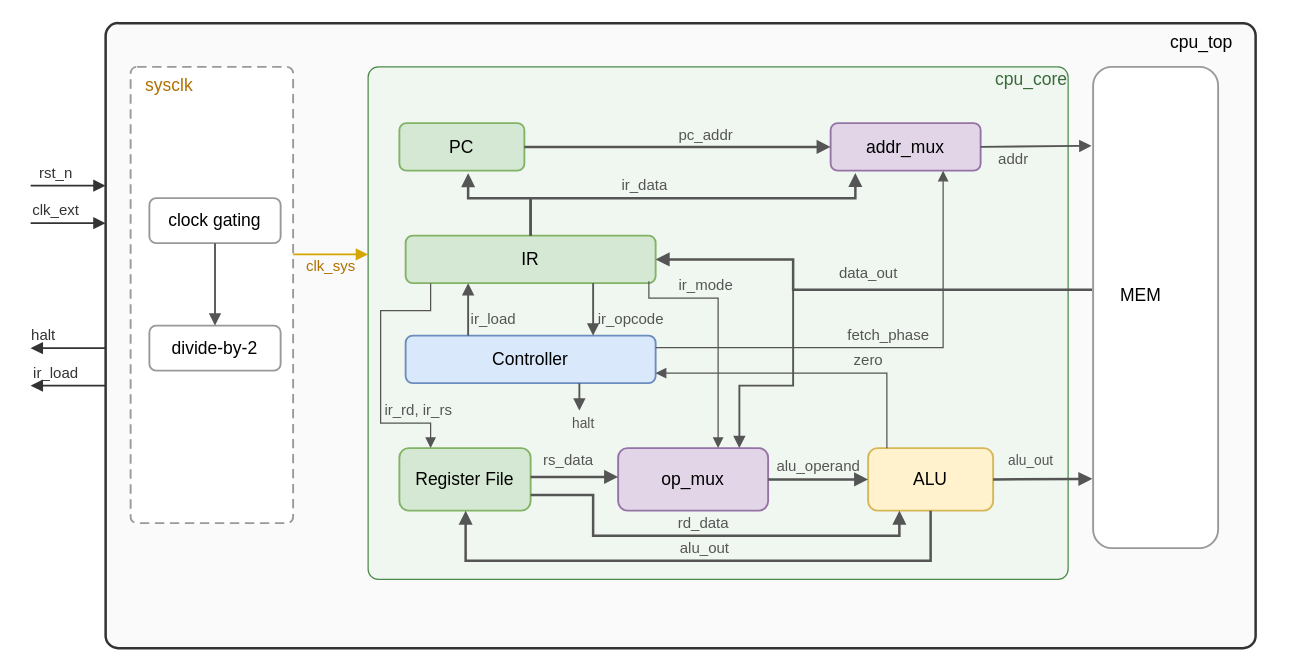
The draw.io diagram doc_microcpu/images/microcpu_block.drawio in jongsup-baek/class_microcpu, before the edit. Source tidied: cells renumbered, new cells numbered last; positions are measured from the earlier drawing's top-left corner, leaving out a move shared by most shapes. Both pictures are drawn from the tidied source at 125%, with x=0, y=0 at pixel (30, 22).
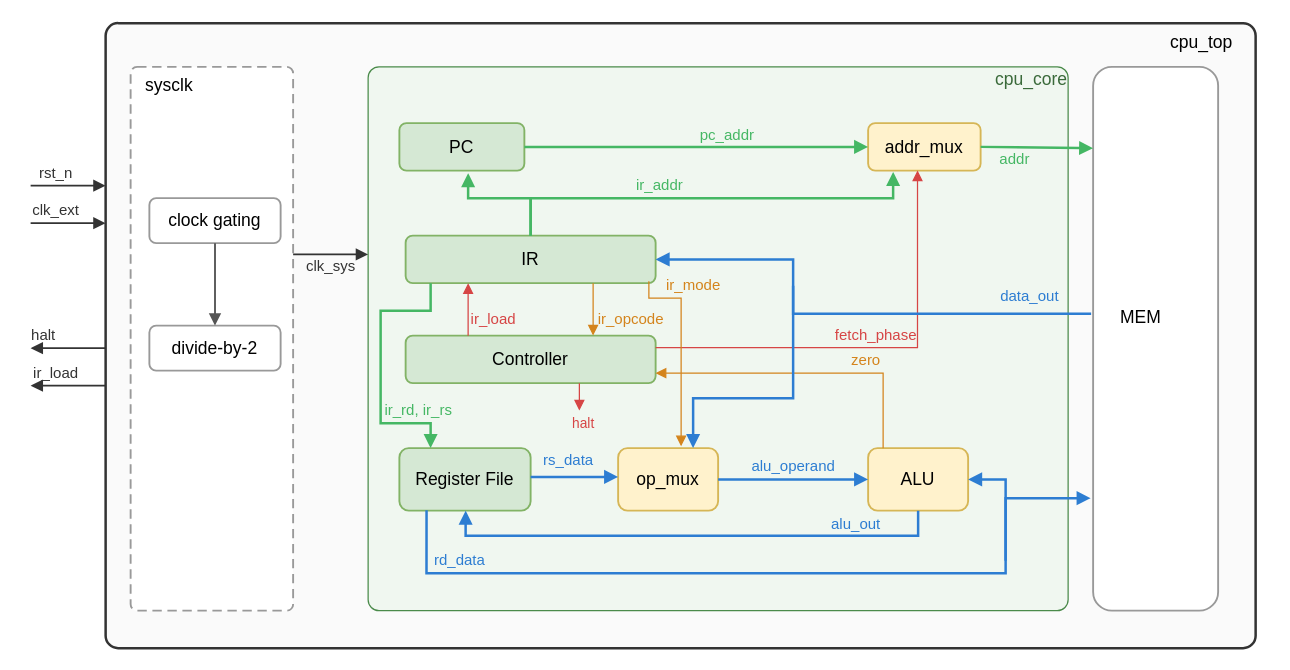
The same page after the edit.

Unchanged cells that the change refers to:
```xml
<mxCell id="11" value="PC" style="rounded=1;whiteSpace=wrap;html=1;fillColor=#d5e8d4;strokeColor=#82b366;strokeWidth=1.5;fontSize=14;fontStyle=0;" parent="1" vertex="1">
  <mxGeometry x="295" y="80" width="100" height="38" as="geometry" />
</mxCell>
<mxCell id="13" value="IR" style="rounded=1;whiteSpace=wrap;html=1;fillColor=#d5e8d4;strokeColor=#82b366;strokeWidth=1.5;fontSize=14;fontStyle=0;" parent="1" vertex="1">
  <mxGeometry x="300" y="170" width="200" height="38" as="geometry" />
</mxCell>
<mxCell id="15" value="Register File" style="rounded=1;whiteSpace=wrap;html=1;fillColor=#d5e8d4;strokeColor=#82b366;strokeWidth=1.5;fontSize=14;fontStyle=0;" parent="1" vertex="1">
  <mxGeometry x="295" y="340" width="105" height="50" as="geometry" />
</mxCell>
```

The edit, as a diff of the source:
```diff
@@
     <mxCell id="7" style="rounded=1;whiteSpace=wrap;html=1;fillColor=#ffffff;strokeColor=#999999;strokeWidth=1.5;dashed=1;dashPattern=5 3;verticalAlign=top;fontSize=14;fontColor=#666666;arcSize=4;fontStyle=0;" parent="1" vertex="1">
-      <mxGeometry x="80" y="35" width="130" height="365" as="geometry" />
+      <mxGeometry x="80" y="35" width="130" height="435" as="geometry" />
     </mxCell>
@@
     <mxCell id="10" style="rounded=1;whiteSpace=wrap;html=1;fillColor=#f0f7f0;strokeColor=#4a8a4a;strokeWidth=1;verticalAlign=top;fontSize=14;fontColor=#3a6a3a;arcSize=2;fontStyle=0;" parent="1" vertex="1">
-      <mxGeometry x="270" y="35" width="560" height="410" as="geometry" />
+      <mxGeometry x="270" y="35" width="560" height="435" as="geometry" />
     </mxCell>
@@
-    <mxCell id="12" value="addr_mux" style="rounded=1;whiteSpace=wrap;html=1;fillColor=#e1d5e7;strokeColor=#9673a6;strokeWidth=1.5;fontSize=14;fontStyle=0;" parent="1" vertex="1">
-      <mxGeometry x="640" y="80" width="120" height="38" as="geometry" />
+    <mxCell id="12" value="addr_mux" style="rounded=1;whiteSpace=wrap;html=1;fillColor=#fff2cc;strokeColor=#d6b656;strokeWidth=1.5;fontSize=14;fontStyle=0;" parent="1" vertex="1">
+      <mxGeometry x="670" y="80" width="90" height="38" as="geometry" />
     </mxCell>
@@
-    <mxCell id="14" value="Controller" style="rounded=1;whiteSpace=wrap;html=1;fillColor=#dae8fc;strokeColor=#6c8ebf;strokeWidth=1.5;fontSize=14;fontStyle=0;" parent="1" vertex="1">
+    <mxCell id="14" value="Controller" style="rounded=1;whiteSpace=wrap;html=1;fillColor=#d5e8d4;strokeColor=#82b366;strokeWidth=1.5;fontSize=14;fontStyle=0;" parent="1" vertex="1">
       <mxGeometry x="300" y="250" width="200" height="38" as="geometry" />
     </mxCell>
@@
-    <mxCell id="16" value="op_mux" style="rounded=1;whiteSpace=wrap;html=1;fillColor=#e1d5e7;strokeColor=#9673a6;strokeWidth=1.5;fontSize=14;fontStyle=0;" parent="1" vertex="1">
-      <mxGeometry x="470" y="340" width="120" height="50" as="geometry" />
+    <mxCell id="16" value="op_mux" style="rounded=1;whiteSpace=wrap;html=1;fillColor=#fff2cc;strokeColor=#d6b656;strokeWidth=1.5;fontSize=14;fontStyle=0;" parent="1" vertex="1">
+      <mxGeometry x="470" y="340" width="80" height="50" as="geometry" />
     </mxCell>
     <mxCell id="17" value="ALU" style="rounded=1;whiteSpace=wrap;html=1;fillColor=#fff2cc;strokeColor=#d6b656;strokeWidth=1.5;fontSize=14;fontStyle=0;" parent="1" vertex="1">
-      <mxGeometry x="670" y="340" width="100" height="50" as="geometry" />
+      <mxGeometry x="670" y="340" width="80" height="50" as="geometry" />
     </mxCell>
     <mxCell id="18" style="rounded=1;whiteSpace=wrap;html=1;fillColor=#ffffff;strokeColor=#999999;strokeWidth=1.5;fontSize=14;verticalAlign=top;fontStyle=0;" parent="1" vertex="1">
-      <mxGeometry x="850" y="35" width="100" height="385" as="geometry" />
+      <mxGeometry x="850" y="35" width="100" height="435" as="geometry" />
     </mxCell>
@@
-    <mxCell id="20" value="clk_sys" style="rounded=0;orthogonalLoop=1;jettySize=auto;html=1;strokeColor=#d6a600;strokeWidth=1.5;endArrow=block;endFill=1;fontSize=12;fontColor=#b07000;fontStyle=0;labelBackgroundColor=none;" parent="1" edge="1">
+    <mxCell id="20" value="clk_sys" style="rounded=0;orthogonalLoop=1;jettySize=auto;html=1;strokeColor=#333333;strokeWidth=1.5;endArrow=block;endFill=1;fontSize=12;fontColor=#333333;fontStyle=0;labelBackgroundColor=none;" parent="1" edge="1">
       <mxGeometry y="-10" relative="1" as="geometry">
         <mxPoint x="210" y="185" as="sourcePoint" />
         <mxPoint x="270" y="185" as="targetPoint" />
       </mxGeometry>
     </mxCell>
-    <mxCell id="21" value="fetch_phase" style="rounded=0;jettySize=auto;html=1;strokeColor=#555555;strokeWidth=1;endArrow=block;endFill=1;entryX=0.75;entryY=1;entryDx=0;entryDy=0;fontSize=12;fontColor=#555555;fontStyle=0;edgeStyle=orthogonalEdgeStyle;labelBackgroundColor=none;exitX=1;exitY=0.25;exitDx=0;exitDy=0;" parent="1" edge="1" source="14" target="12">
+    <mxCell id="21" value="fetch_phase" style="rounded=0;jettySize=auto;html=1;strokeColor=#D64545;strokeWidth=1;endArrow=block;endFill=1;entryX=0.439;entryY=0.996;entryDx=0;entryDy=0;fontSize=12;fontColor=#D64545;fontStyle=0;edgeStyle=orthogonalEdgeStyle;labelBackgroundColor=none;exitX=1;exitY=0.25;exitDx=0;exitDy=0;entryPerimeter=0;" parent="1" edge="1" source="14" target="12">
       <mxGeometry y="10" relative="1" as="geometry">
         <Array as="points">
-          <mxPoint x="730" y="260" />
+          <mxPoint x="710" y="260" />
+          <mxPoint x="710" y="118" />
         </Array>
       </mxGeometry>
     </mxCell>
-    <mxCell id="22" value="pc_addr" style="rounded=0;jettySize=auto;html=1;strokeColor=#555555;strokeWidth=2;endArrow=block;endFill=1;exitX=1;exitY=0.5;exitDx=0;exitDy=0;entryX=0;entryY=0.5;entryDx=0;entryDy=0;fontStyle=0;fontSize=12;fontColor=#555555;labelBackgroundColor=none;" parent="1" edge="1" source="11" target="12">
+    <mxCell id="22" value="pc_addr" style="rounded=0;jettySize=auto;html=1;strokeColor=#45B764;strokeWidth=2;endArrow=block;endFill=1;exitX=1;exitY=0.5;exitDx=0;exitDy=0;entryX=0;entryY=0.5;entryDx=0;entryDy=0;fontStyle=0;fontSize=12;fontColor=#45B764;labelBackgroundColor=none;" parent="1" edge="1" source="11" target="12">
       <mxGeometry x="0.18" y="9" relative="1" as="geometry" />
     </mxCell>
-    <mxCell id="23" value="addr" style="rounded=0;jettySize=auto;html=1;strokeColor=#555555;strokeWidth=1.5;endArrow=block;endFill=1;exitX=1;exitY=0.5;exitDx=0;exitDy=0;entryX=-0.013;entryY=0.164;entryDx=0;entryDy=0;fontSize=12;fontColor=#555555;fontStyle=0;entryPerimeter=0;labelBackgroundColor=none;" parent="1" edge="1" source="12" target="18">
-      <mxGeometry x="-0.41" y="-10" relative="1" as="geometry" />
+    <mxCell id="23" value="addr" style="rounded=0;jettySize=auto;html=1;strokeColor=#45B764;strokeWidth=2;endArrow=block;endFill=1;exitX=1;exitY=0.5;exitDx=0;exitDy=0;fontSize=12;fontColor=#45B764;fontStyle=0;labelBackgroundColor=none;" parent="1" edge="1" source="12">
+      <mxGeometry x="-0.41" y="-10" relative="1" as="geometry">
+        <mxPoint x="850" y="100" as="targetPoint" />
+      </mxGeometry>
     </mxCell>
-    <mxCell id="24" value="data_out" style="rounded=0;jettySize=auto;html=1;strokeColor=#555555;strokeWidth=2;endArrow=block;endFill=1;exitX=-0.009;exitY=0.463;exitDx=0;exitDy=0;entryX=1;entryY=0.5;entryDx=0;entryDy=0;fontSize=12;fontColor=#555555;fontStyle=0;edgeStyle=orthogonalEdgeStyle;labelBackgroundColor=none;exitPerimeter=0;" parent="1" edge="1" source="18" target="13">
-      <mxGeometry x="-0.04" y="-13" relative="1" as="geometry">
+    <mxCell id="24" value="data_out" style="rounded=0;jettySize=auto;html=1;strokeColor=#2D7DD2;strokeWidth=2;endArrow=block;endFill=1;exitX=-0.016;exitY=0.454;exitDx=0;exitDy=0;entryX=1;entryY=0.5;entryDx=0;entryDy=0;fontSize=12;fontColor=#2D7DD2;fontStyle=0;edgeStyle=orthogonalEdgeStyle;labelBackgroundColor=none;exitPerimeter=0;" parent="1" edge="1" source="18" target="13">
+      <mxGeometry x="-0.75" y="-13" relative="1" as="geometry">
         <Array as="points">
-          <mxPoint x="610" y="213" />
+          <mxPoint x="610" y="233" />
           <mxPoint x="610" y="189" />
         </Array>
       </mxGeometry>
     </mxCell>
-    <mxCell id="25" value="ir_data" style="rounded=0;jettySize=auto;html=1;strokeColor=#555555;strokeWidth=2;endArrow=block;endFill=1;exitX=0.5;exitY=0;exitDx=0;exitDy=0;fontSize=12;fontColor=#555555;fontStyle=0;edgeStyle=orthogonalEdgeStyle;labelBackgroundColor=none;entryX=0.696;entryY=0.207;entryDx=0;entryDy=0;entryPerimeter=0;" parent="1" edge="1" source="13" target="10">
+    <mxCell id="25" value="ir_addr" style="rounded=0;jettySize=auto;html=1;strokeColor=#45B764;strokeWidth=2;endArrow=block;endFill=1;exitX=0.5;exitY=0;exitDx=0;exitDy=0;fontSize=12;fontColor=#45B764;fontStyle=0;edgeStyle=orthogonalEdgeStyle;labelBackgroundColor=none;" parent="1" edge="1" source="13">
       <mxGeometry x="-0.22" y="10" relative="1" as="geometry">
+        <mxPoint x="690" y="119" as="targetPoint" />
         <Array as="points">
           <mxPoint x="400" y="140" />
-          <mxPoint x="660" y="140" />
+          <mxPoint x="690" y="140" />
+          <mxPoint x="690" y="119" />
         </Array>
       </mxGeometry>
     </mxCell>
-    <mxCell id="26" style="rounded=0;jettySize=auto;html=1;strokeColor=#555555;strokeWidth=2;endArrow=block;endFill=1;exitX=0.5;exitY=0;exitDx=0;exitDy=0;fontSize=11;fontColor=#555555;fontStyle=0;edgeStyle=orthogonalEdgeStyle;" parent="1" edge="1" source="13">
+    <mxCell id="26" style="rounded=0;jettySize=auto;html=1;strokeColor=#45B764;strokeWidth=2;endArrow=block;endFill=1;exitX=0.5;exitY=0;exitDx=0;exitDy=0;fontSize=11;fontColor=#45B764;fontStyle=0;edgeStyle=orthogonalEdgeStyle;" parent="1" edge="1" source="13">
       <mxGeometry relative="1" as="geometry">
         <mxPoint x="350" y="120" as="targetPoint" />
         <Array as="points">
           <mxPoint x="400" y="140" />
           <mxPoint x="350" y="140" />
         </Array>
       </mxGeometry>
     </mxCell>
-    <mxCell id="27" value="ir_opcode" style="rounded=0;orthogonalLoop=1;jettySize=auto;html=1;strokeColor=#555555;strokeWidth=1.5;endArrow=block;endFill=1;fontSize=12;fontColor=#555555;fontStyle=0;labelBackgroundColor=none;" parent="1" edge="1">
+    <mxCell id="27" value="ir_opcode" style="rounded=0;orthogonalLoop=1;jettySize=auto;html=1;strokeColor=#D4841C;strokeWidth=1;endArrow=block;endFill=1;fontSize=12;fontColor=#D4841C;fontStyle=0;labelBackgroundColor=none;" parent="1" edge="1">
       <mxGeometry x="0.38" y="30" relative="1" as="geometry">
         <mxPoint x="450" y="208" as="sourcePoint" />
         <mxPoint x="450" y="250" as="targetPoint" />
       </mxGeometry>
     </mxCell>
-    <mxCell id="28" value="ir_load" style="rounded=0;orthogonalLoop=1;jettySize=auto;html=1;strokeColor=#555555;strokeWidth=1.5;endArrow=block;endFill=1;fontSize=12;fontColor=#555555;fontStyle=0;labelBackgroundColor=none;" parent="1" edge="1">
+    <mxCell id="28" value="ir_load" style="rounded=0;orthogonalLoop=1;jettySize=auto;html=1;strokeColor=#D64545;strokeWidth=1;endArrow=block;endFill=1;fontSize=12;fontColor=#D64545;fontStyle=0;labelBackgroundColor=none;" parent="1" edge="1">
       <mxGeometry x="-0.38" y="-20" relative="1" as="geometry">
         <mxPoint x="350" y="250" as="sourcePoint" />
         <mxPoint x="350" y="208" as="targetPoint" />
       </mxGeometry>
     </mxCell>
-    <mxCell id="29" value="rd_data" style="rounded=0;jettySize=auto;html=1;strokeColor=#555555;strokeWidth=2;endArrow=block;endFill=1;exitX=1;exitY=0.75;exitDx=0;exitDy=0;fontSize=12;fontColor=#555555;fontStyle=0;labelBackgroundColor=none;edgeStyle=orthogonalEdgeStyle;entryX=0.25;entryY=1;entryDx=0;entryDy=0;" parent="1" edge="1" source="15" target="17">
-      <mxGeometry x="-0.02" y="10" relative="1" as="geometry">
+    <mxCell id="29" value="rd_data" style="rounded=0;jettySize=auto;html=1;strokeColor=#2D7DD2;strokeWidth=2;endArrow=block;endFill=1;fontSize=12;fontColor=#2D7DD2;fontStyle=0;labelBackgroundColor=none;edgeStyle=orthogonalEdgeStyle;entryX=1;entryY=0.5;entryDx=0;entryDy=0;exitX=0.207;exitY=0.994;exitDx=0;exitDy=0;exitPerimeter=0;" parent="1" edge="1" source="15" target="17">
+      <mxGeometry x="-0.75" y="10" relative="1" as="geometry">
         <Array as="points">
-          <mxPoint x="450" y="378" />
-          <mxPoint x="450" y="410" />
-          <mxPoint x="695" y="410" />
+          <mxPoint x="317" y="440" />
+          <mxPoint x="780" y="440" />
+          <mxPoint x="780" y="365" />
         </Array>
       </mxGeometry>
     </mxCell>
-    <mxCell id="30" value="rs_data" style="rounded=0;orthogonalLoop=1;jettySize=auto;html=1;strokeColor=#555555;strokeWidth=2;endArrow=block;endFill=1;exitX=1;exitY=0.5;exitDx=0;exitDy=0;entryX=0;entryY=0.7;entryDx=0;entryDy=0;fontSize=12;fontColor=#555555;fontStyle=0;labelBackgroundColor=none;entryPerimeter=0;" parent="1" edge="1">
+    <mxCell id="30" value="rs_data" style="rounded=0;orthogonalLoop=1;jettySize=auto;html=1;strokeColor=#2D7DD2;strokeWidth=2;endArrow=block;endFill=1;exitX=1;exitY=0.5;exitDx=0;exitDy=0;entryX=0;entryY=0.7;entryDx=0;entryDy=0;fontSize=12;fontColor=#2D7DD2;fontStyle=0;labelBackgroundColor=none;entryPerimeter=0;" parent="1" edge="1">
       <mxGeometry x="-0.14" y="13" relative="1" as="geometry">
         <mxPoint x="400" y="363" as="sourcePoint" />
         <mxPoint x="470" y="363" as="targetPoint" />
       </mxGeometry>
     </mxCell>
-    <mxCell id="31" value="alu_operand" style="rounded=0;jettySize=auto;html=1;strokeColor=#555555;strokeWidth=2;endArrow=block;endFill=1;exitX=1;exitY=0.5;exitDx=0;exitDy=0;entryX=0;entryY=0.5;entryDx=0;entryDy=0;fontSize=12;fontColor=#555555;fontStyle=0;labelBackgroundColor=none;" parent="1" edge="1" source="16" target="17">
+    <mxCell id="31" value="alu_operand" style="rounded=0;jettySize=auto;html=1;strokeColor=#2D7DD2;strokeWidth=2;endArrow=block;endFill=1;exitX=1;exitY=0.5;exitDx=0;exitDy=0;entryX=0;entryY=0.5;entryDx=0;entryDy=0;fontSize=12;fontColor=#2D7DD2;fontStyle=0;labelBackgroundColor=none;" parent="1" edge="1" source="16" target="17">
       <mxGeometry y="10" relative="1" as="geometry" />
     </mxCell>
-    <mxCell id="32" value="alu_out" style="rounded=0;jettySize=auto;html=1;strokeColor=#555555;strokeWidth=2;endArrow=block;endFill=1;exitX=0.5;exitY=1;exitDx=0;exitDy=0;fontSize=12;fontColor=#555555;fontStyle=0;edgeStyle=orthogonalEdgeStyle;labelBackgroundColor=none;" parent="1" edge="1" source="17">
+    <mxCell id="32" style="rounded=0;orthogonalLoop=1;jettySize=auto;html=1;strokeColor=#2D7DD2;strokeWidth=2;endArrow=block;endFill=1;fontSize=12;fontColor=#2D7DD2;fontStyle=0;edgeStyle=orthogonalEdgeStyle;labelBackgroundColor=none;" parent="1" edge="1">
       <mxGeometry x="-0.02" y="-10" relative="1" as="geometry">
+        <mxPoint x="710" y="390" as="sourcePoint" />
         <mxPoint x="348" y="390" as="targetPoint" />
         <Array as="points">
-          <mxPoint x="720" y="430" />
-          <mxPoint x="348" y="430" />
+          <mxPoint x="710" y="390" />
+          <mxPoint x="710" y="410" />
+          <mxPoint x="348" y="410" />
         </Array>
       </mxGeometry>
     </mxCell>
-    <mxCell id="33" value="alu_out" style="rounded=0;jettySize=auto;html=1;strokeColor=#555555;strokeWidth=2;endArrow=block;endFill=1;exitX=1;exitY=0.5;exitDx=0;exitDy=0;entryX=-0.006;entryY=0.856;entryDx=0;entryDy=0;entryPerimeter=0;fontSize=11;fontColor=#555555;fontStyle=0;labelBackgroundColor=none;" parent="1" edge="1" source="17" target="18">
-      <mxGeometry x="-0.24" y="15" relative="1" as="geometry" />
+    <mxCell id="33" value="&lt;span style=&quot;color: rgb(45, 125, 210); font-size: 12px;&quot;&gt;alu_out&lt;/span&gt;" style="edgeLabel;html=1;align=center;verticalAlign=middle;labelBackgroundColor=none;" parent="32" vertex="1">
+      <mxGeometry x="-0.05" y="-3" relative="1" as="geometry">
+        <mxPoint x="120" y="-7" as="offset" />
+      </mxGeometry>
     </mxCell>
-    <mxCell id="34" value="zero" style="rounded=0;jettySize=auto;html=1;strokeColor=#555555;strokeWidth=1;endArrow=block;endFill=1;exitX=0.15;exitY=0;exitDx=0;exitDy=0;fontSize=12;fontColor=#555555;fontStyle=0;edgeStyle=orthogonalEdgeStyle;labelBackgroundColor=none;" parent="1" edge="1" source="17">
+    <mxCell id="34" value="zero" style="rounded=0;jettySize=auto;html=1;strokeColor=#D4841C;strokeWidth=1;endArrow=block;endFill=1;exitX=0.15;exitY=0;exitDx=0;exitDy=0;fontSize=12;fontColor=#D4841C;fontStyle=0;edgeStyle=orthogonalEdgeStyle;labelBackgroundColor=none;" parent="1" edge="1" source="17">
       <mxGeometry x="-0.39" y="-10" relative="1" as="geometry">
         <mxPoint x="500" y="280" as="targetPoint" />
         <Array as="points">
-          <mxPoint x="685" y="280" />
-          <mxPoint x="500" y="280" />
+          <mxPoint x="682" y="280" />
         </Array>
       </mxGeometry>
     </mxCell>
-    <mxCell id="35" value="halt" style="rounded=0;orthogonalLoop=1;jettySize=auto;html=1;strokeColor=#555555;strokeWidth=1.5;endArrow=block;endFill=1;fontSize=11;fontColor=#555555;fontStyle=0;labelBackgroundColor=none;" parent="1" edge="1">
+    <mxCell id="35" value="halt" style="rounded=0;orthogonalLoop=1;jettySize=auto;html=1;strokeColor=#D64545;strokeWidth=1;endArrow=block;endFill=1;fontSize=11;fontColor=#D64545;fontStyle=0;labelBackgroundColor=none;" parent="1" edge="1">
       <mxGeometry x="1" y="10" relative="1" as="geometry">
         <mxPoint x="439" y="288" as="sourcePoint" />
         <mxPoint x="439" y="310" as="targetPoint" />
         <mxPoint x="-7" y="10" as="offset" />
       </mxGeometry>
     </mxCell>
-    <mxCell id="36" value="ir_rd, ir_rs" style="rounded=0;orthogonalLoop=1;jettySize=auto;html=1;strokeColor=#555555;strokeWidth=1;endArrow=block;endFill=1;fontSize=12;fontColor=#555555;fontStyle=0;edgeStyle=orthogonalEdgeStyle;labelBackgroundColor=none;" parent="1" edge="1">
+    <mxCell id="36" value="ir_rd, ir_rs" style="rounded=0;orthogonalLoop=1;jettySize=auto;html=1;strokeColor=#45B764;strokeWidth=2;endArrow=block;endFill=1;fontSize=12;fontColor=#45B764;fontStyle=0;edgeStyle=orthogonalEdgeStyle;labelBackgroundColor=none;" parent="1" edge="1">
       <mxGeometry x="0.72" y="10" relative="1" as="geometry">
         <mxPoint x="320" y="208" as="sourcePoint" />
         <mxPoint x="320" y="340" as="targetPoint" />
         <Array as="points">
           <mxPoint x="320" y="230" />
           <mxPoint x="280" y="230" />
           <mxPoint x="280" y="320" />
           <mxPoint x="320" y="320" />
         </Array>
       </mxGeometry>
     </mxCell>
-    <mxCell id="37" value="ir_mode" style="rounded=0;jettySize=auto;html=1;strokeColor=#555555;strokeWidth=1;endArrow=block;endFill=1;fontSize=12;fontColor=#555555;fontStyle=0;edgeStyle=orthogonalEdgeStyle;labelBackgroundColor=none;exitX=0.973;exitY=0.961;exitDx=0;exitDy=0;exitPerimeter=0;" parent="1" edge="1" source="13">
-      <mxGeometry x="-0.38" y="10" relative="1" as="geometry">
-        <mxPoint x="550" y="340" as="targetPoint" />
+    <mxCell id="37" value="ir_mode" style="rounded=0;jettySize=auto;html=1;strokeColor=#D4841C;strokeWidth=1;endArrow=block;endFill=1;fontSize=12;fontColor=#D4841C;fontStyle=0;edgeStyle=orthogonalEdgeStyle;labelBackgroundColor=none;exitX=0.973;exitY=0.961;exitDx=0;exitDy=0;exitPerimeter=0;entryX=0.63;entryY=-0.029;entryDx=0;entryDy=0;entryPerimeter=0;" parent="1" edge="1" source="13" target="16">
+      <mxGeometry x="-0.51" y="14" relative="1" as="geometry">
         <Array as="points">
           <mxPoint x="495" y="220" />
-          <mxPoint x="550" y="220" />
+          <mxPoint x="520" y="220" />
+          <mxPoint x="520" y="339" />
         </Array>
+        <mxPoint x="-4" y="-10" as="offset" />
       </mxGeometry>
     </mxCell>
@@
     <mxCell id="40" value="MEM" style="text;whiteSpace=wrap;html=1;fontSize=14;fontColor=#000000;" parent="1" vertex="1">
-      <mxGeometry x="870" y="202.5" width="70" height="50" as="geometry" />
+      <mxGeometry x="870" y="220" width="70" height="50" as="geometry" />
     </mxCell>
-    <mxCell id="41" value="sysclk" style="text;whiteSpace=wrap;html=1;fontSize=14;fontColor=#b07000;" parent="1" vertex="1">
+    <mxCell id="41" value="sysclk" style="text;whiteSpace=wrap;html=1;fontSize=14;fontColor=#000000;" parent="1" vertex="1">
       <mxGeometry x="90" y="35" width="140" height="40" as="geometry" />
     </mxCell>
-    <mxCell id="42" style="rounded=0;orthogonalLoop=1;jettySize=auto;html=1;strokeColor=#555555;strokeWidth=1.5;endArrow=block;endFill=1;fontSize=11;fontColor=#555555;fontStyle=0;edgeStyle=orthogonalEdgeStyle;labelBackgroundColor=none;" parent="1" edge="1">
+    <mxCell id="42" style="rounded=0;jettySize=auto;html=1;strokeColor=#2D7DD2;strokeWidth=2;endArrow=block;endFill=1;fontSize=11;fontColor=#2D7DD2;fontStyle=0;edgeStyle=orthogonalEdgeStyle;labelBackgroundColor=none;entryX=0.75;entryY=0;entryDx=0;entryDy=0;" parent="1" edge="1" target="16">
       <mxGeometry x="-0.04" y="-15" relative="1" as="geometry">
         <mxPoint x="610" y="210" as="sourcePoint" />
-        <mxPoint x="567" y="340" as="targetPoint" />
         <Array as="points">
-          <mxPoint x="610" y="290" />
-          <mxPoint x="567" y="290" />
+          <mxPoint x="610" y="300" />
+          <mxPoint x="530" y="300" />
         </Array>
       </mxGeometry>
     </mxCell>
+    <mxCell id="43" style="rounded=0;orthogonalLoop=1;jettySize=auto;html=1;strokeColor=#2D7DD2;strokeWidth=2;endArrow=block;endFill=1;fontSize=12;fontColor=#2D7DD2;fontStyle=0;labelBackgroundColor=none;edgeStyle=orthogonalEdgeStyle;" parent="1" edge="1">
+      <mxGeometry x="-0.02" y="10" relative="1" as="geometry">
+        <mxPoint x="780" y="380" as="sourcePoint" />
+        <mxPoint x="848" y="380" as="targetPoint" />
+        <Array as="points">
+          <mxPoint x="780" y="430" />
+          <mxPoint x="780" y="380" />
+        </Array>
+      </mxGeometry>
+    </mxCell>
```
